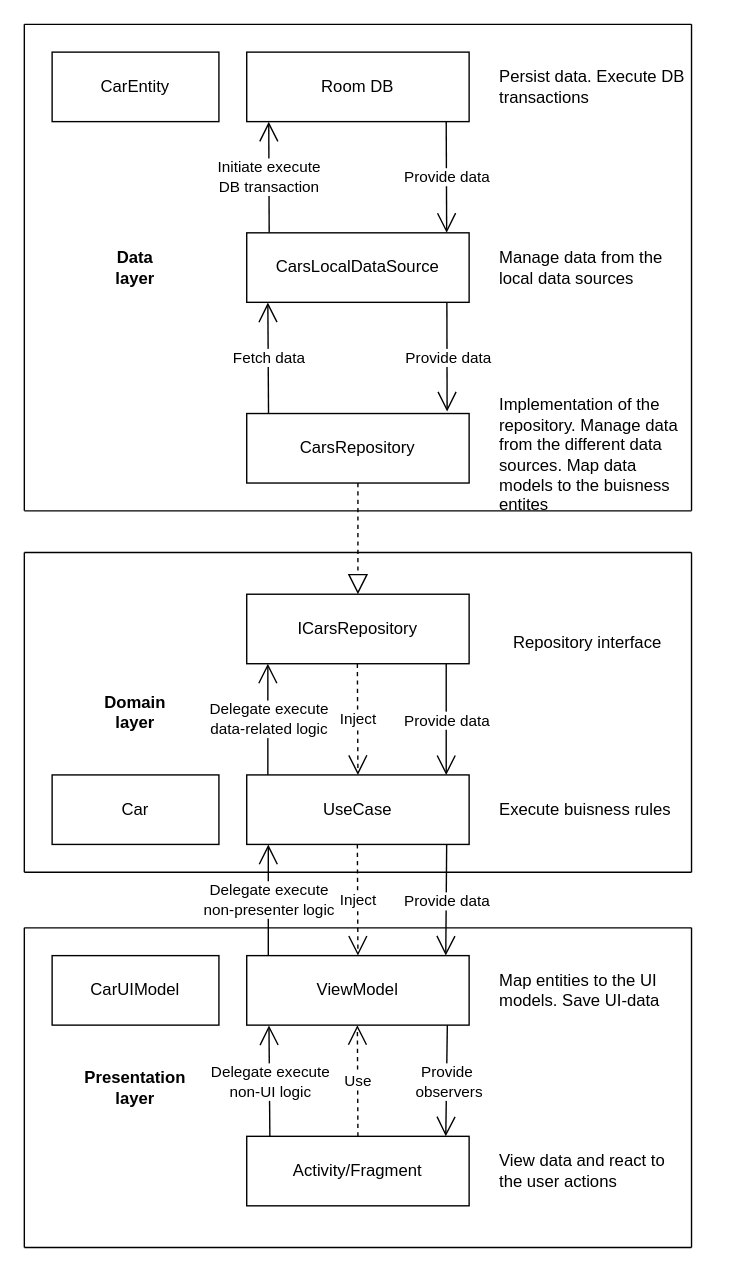
nuzhnov1/TestTask keeps this draw.io diagram as page "Architecture" (3 of 3) of diagramms/Architecture.drawio. Above is the earlier version. Source tidied: cells renumbered, new cells numbered last; positions are measured from the earlier drawing's top-left corner, leaving out a move shared by most shapes. Both pictures are drawn from the tidied source at 139%, with x=0, y=0 at pixel (24, 24).
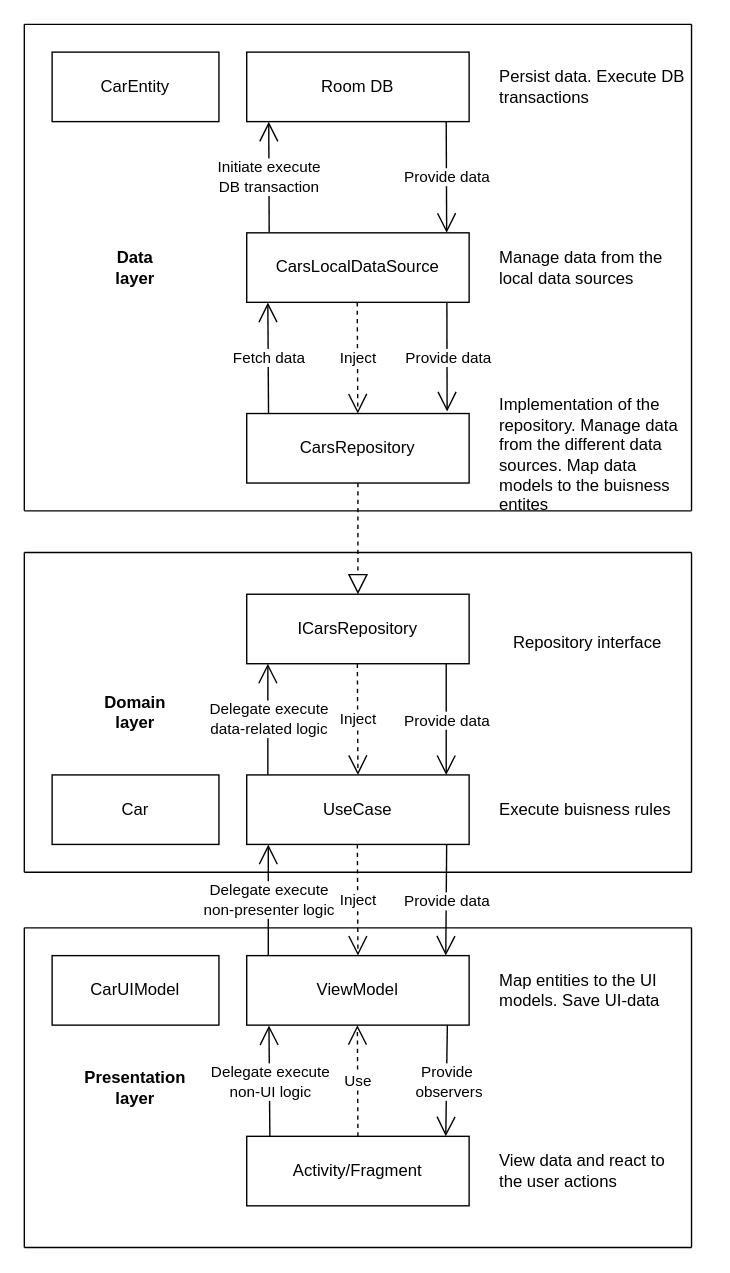
After the change.

The edit, as a diff of the source:
```diff
@@
+    <mxCell id="58" value="Inject" style="endArrow=open;endSize=12;dashed=1;html=1;rounded=0;exitX=0.5;exitY=0;exitDx=0;exitDy=0;entryX=0.5;entryY=0;entryDx=0;entryDy=0;" parent="1" edge="1">
+      <mxGeometry relative="1" as="geometry">
+        <mxPoint x="239.5" y="200" as="sourcePoint" />
+        <mxPoint x="239.9" y="280" as="targetPoint" />
+      </mxGeometry>
+    </mxCell>
```
